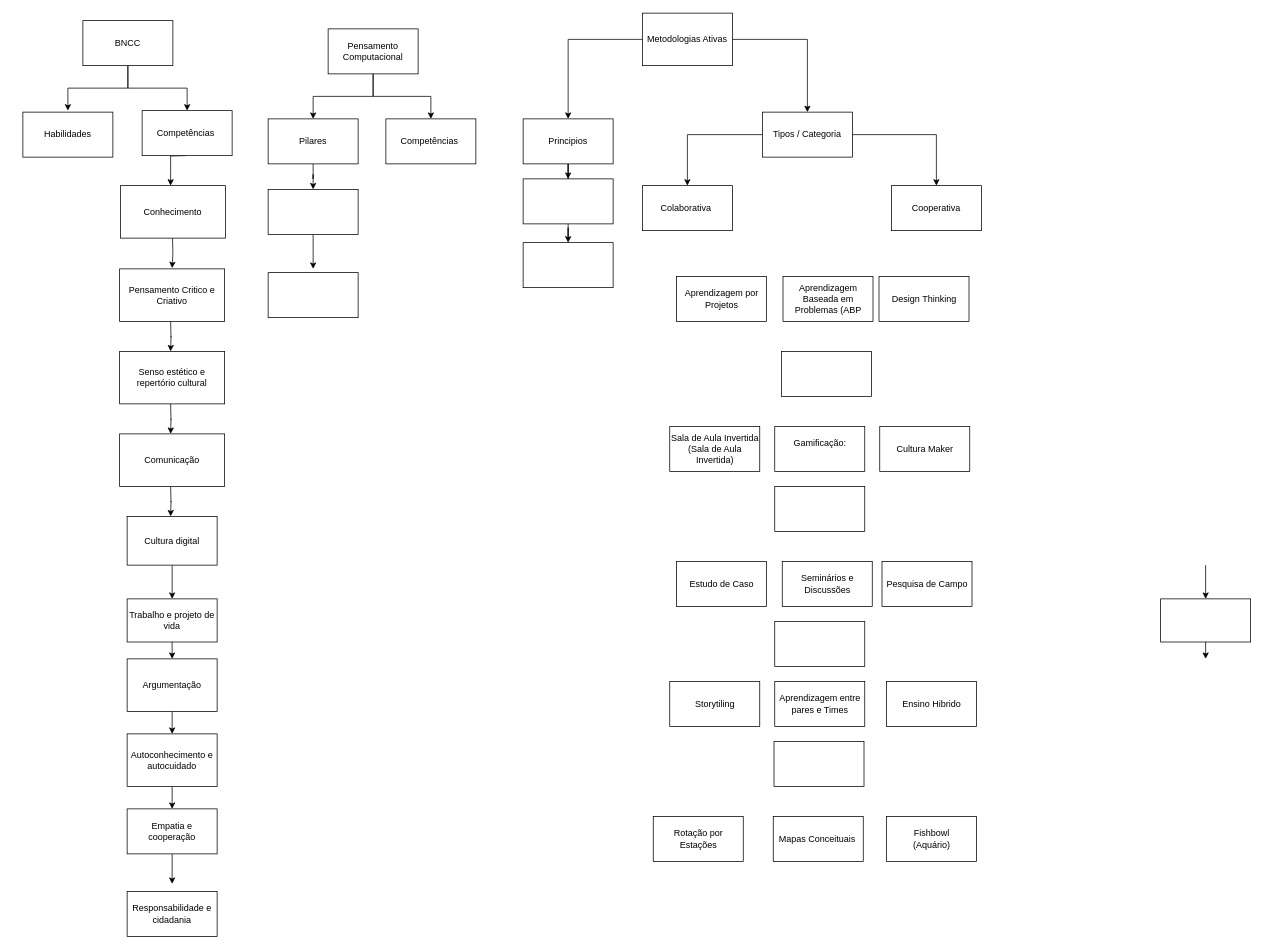
RosianeSangali/RosianeSangali keeps this draw.io diagram as page "Página-1" (1 of 2) of Diagrama sem nome.drawio. Above is the earlier version. Source tidied: cells renumbered, new cells numbered last; positions are measured from the earlier drawing's top-left corner, leaving out a move shared by most shapes. Both pictures are drawn from the tidied source at 75%, with x=0, y=0 at pixel (22, 13).
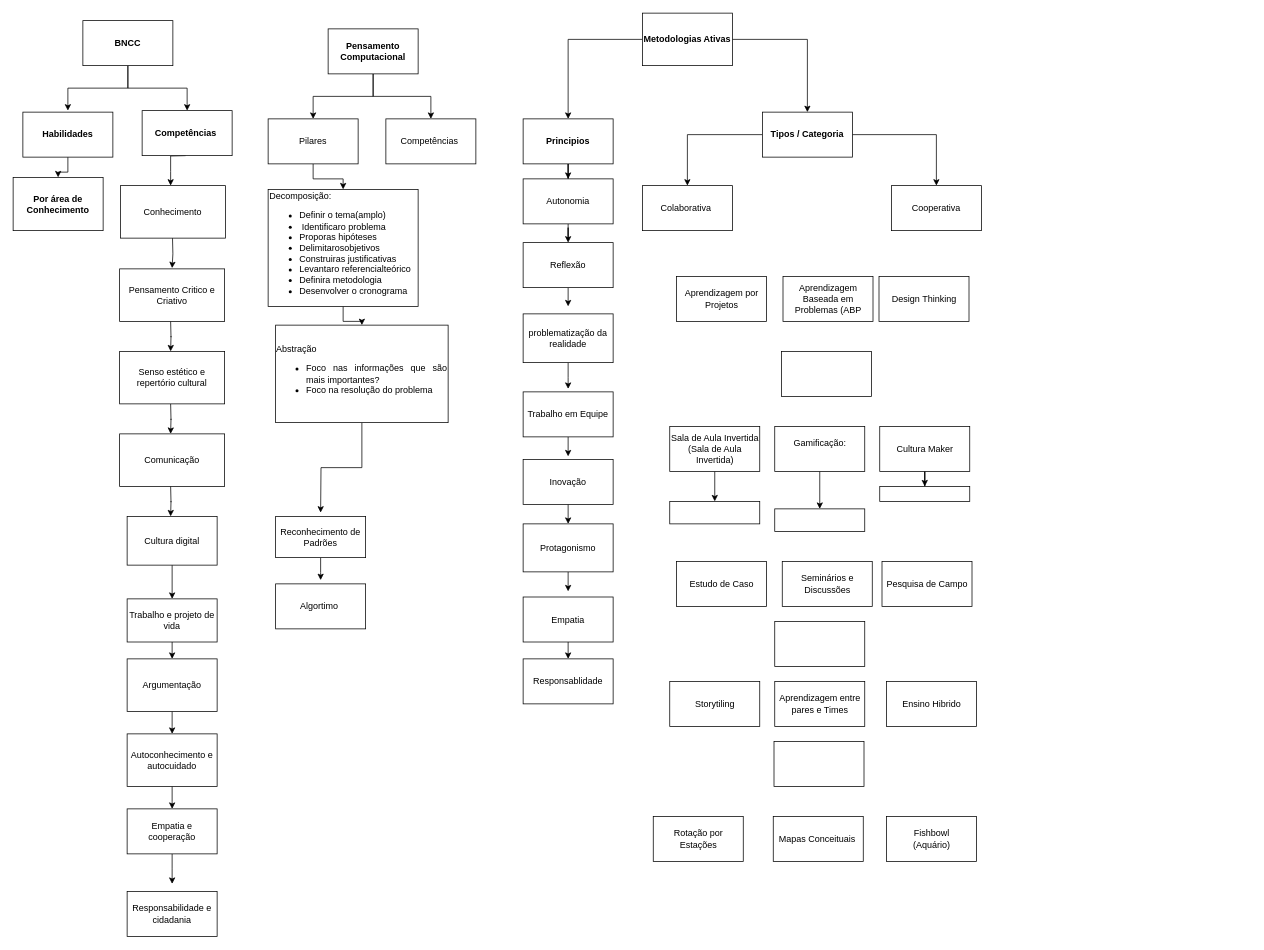
Above is the later version.

The change refers to these unchanged cells:
```xml
<mxCell id="10" value="Sala de Aula Invertida (Sala de Aula Invertida)" style="rounded=0;whiteSpace=wrap;html=1;" parent="1" vertex="1">
  <mxGeometry x="862.5" y="551" width="120" height="60" as="geometry" />
</mxCell>
<mxCell id="11" value="&#10;Gamificação:&#10;&#10;" style="rounded=0;whiteSpace=wrap;html=1;" parent="1" vertex="1">
  <mxGeometry x="1002.5" y="551" width="120" height="60" as="geometry" />
</mxCell>
<mxCell id="13" value="Cultura Maker" style="rounded=0;whiteSpace=wrap;html=1;" parent="1" vertex="1">
  <mxGeometry x="1142.5" y="551" width="120" height="60" as="geometry" />
</mxCell>
```

The edit, as a diff of the source:
```diff
@@
-    <mxCell id="4" value="Metodologias Ativas" style="rounded=0;whiteSpace=wrap;html=1;" parent="1" vertex="1">
+    <mxCell id="4" value="&lt;b&gt;Metodologias Ativas&lt;/b&gt;" style="rounded=0;whiteSpace=wrap;html=1;" parent="1" vertex="1">
       <mxGeometry x="826" width="120" height="70" as="geometry" />
     </mxCell>
@@
-    <mxCell id="7" value="Pensamento Computacional" style="rounded=0;whiteSpace=wrap;html=1;" parent="1" vertex="1">
+    <mxCell id="7" value="&lt;b&gt;Pensamento Computacional&lt;/b&gt;" style="rounded=0;whiteSpace=wrap;html=1;" parent="1" vertex="1">
       <mxGeometry x="407" y="21" width="120" height="60" as="geometry" />
     </mxCell>
@@
+    <mxCell id="71" style="edgeStyle=orthogonalEdgeStyle;rounded=0;jettySize=auto;html=1;" parent="1" edge="1" source="10" target="93">
+      <mxGeometry relative="1" as="geometry">
+        <Array as="points">
+          <mxPoint x="917" y="651" />
+          <mxPoint x="917" y="651" />
+        </Array>
+      </mxGeometry>
+    </mxCell>
@@
+    <mxCell id="72" style="edgeStyle=orthogonalEdgeStyle;rounded=0;jettySize=auto;html=1;" parent="1" edge="1" source="11" target="19">
+      <mxGeometry relative="1" as="geometry" />
+    </mxCell>
@@
+    <mxCell id="73" style="edgeStyle=orthogonalEdgeStyle;rounded=0;jettySize=auto;html=1;" parent="1" edge="1" source="13" target="94">
+      <mxGeometry relative="1" as="geometry" />
+    </mxCell>
@@
     <mxCell id="19" style="rounded=0;whiteSpace=wrap;html=1;" parent="1" vertex="1">
-      <mxGeometry x="1002.5" y="631" width="120" height="60" as="geometry" />
+      <mxGeometry x="1002.5" y="661" width="120" height="30" as="geometry" />
     </mxCell>
@@
-    <mxCell id="30" style="edgeStyle=orthogonalEdgeStyle;rounded=0;orthogonalLoop=1;jettySize=auto;html=1;" parent="1" edge="1">
-      <mxGeometry relative="1" as="geometry">
-        <mxPoint x="1577" y="736" as="sourcePoint" />
-        <mxPoint x="1577" y="781" as="targetPoint" />
-      </mxGeometry>
-    </mxCell>
-    <mxCell id="31" style="edgeStyle=orthogonalEdgeStyle;rounded=0;jettySize=auto;html=1;" parent="1" edge="1" source="32">
-      <mxGeometry relative="1" as="geometry">
-        <mxPoint x="1577" y="861" as="targetPoint" />
-      </mxGeometry>
-    </mxCell>
-    <mxCell id="32" value="&lt;p class=&quot;MsoNormal&quot;&gt;&lt;br&gt;&lt;/p&gt;" style="whiteSpace=wrap;html=1;rounded=0;" parent="1" vertex="1">
-      <mxGeometry x="1517" y="781" width="120" height="57.5" as="geometry" />
-    </mxCell>
+    <mxCell id="74" style="edgeStyle=orthogonalEdgeStyle;rounded=0;jettySize=auto;html=1;" parent="1" edge="1" source="33" target="81">
+      <mxGeometry relative="1" as="geometry" />
+    </mxCell>
-    <mxCell id="33" value="Habilidades" style="rounded=0;whiteSpace=wrap;html=1;" parent="1" vertex="1">
+    <mxCell id="33" value="&lt;b&gt;Habilidades&lt;/b&gt;" style="rounded=0;whiteSpace=wrap;html=1;" parent="1" vertex="1">
       <mxGeometry y="132" width="120" height="60" as="geometry" />
     </mxCell>
-    <mxCell id="34" style="edgeStyle=orthogonalEdgeStyle;rounded=0;jettySize=auto;html=1;" parent="1" edge="1" source="35">
-      <mxGeometry relative="1" as="geometry">
-        <mxPoint x="387" y="341" as="targetPoint" />
-      </mxGeometry>
-    </mxCell>
+    <mxCell id="75" style="edgeStyle=orthogonalEdgeStyle;rounded=0;jettySize=auto;html=1;" parent="1" edge="1" source="35" target="60">
+      <mxGeometry relative="1" as="geometry" />
+    </mxCell>
-    <mxCell id="35" style="rounded=0;whiteSpace=wrap;html=1;" parent="1" vertex="1">
-      <mxGeometry x="327" y="235" width="120" height="60" as="geometry" />
+    <mxCell id="35" value="&lt;div style=&quot;text-align: justify;&quot;&gt;&lt;span style=&quot;background-color: initial;&quot;&gt;Decomposição:&lt;/span&gt;&lt;/div&gt;&lt;div&gt;&lt;ul&gt;&lt;li style=&quot;text-align: justify;&quot;&gt;&lt;span style=&quot;background-color: initial;&quot;&gt;Definir o tema(amplo)&lt;/span&gt;&lt;/li&gt;&lt;li style=&quot;text-align: justify;&quot;&gt;&amp;nbsp;Identificaro problema&lt;/li&gt;&lt;li style=&quot;text-align: justify;&quot;&gt;Proporas hipóteses&lt;/li&gt;&lt;li style=&quot;text-align: justify;&quot;&gt;Delimitarosobjetivos&lt;/li&gt;&lt;li style=&quot;text-align: justify;&quot;&gt;Construiras justificativas&amp;nbsp;&lt;/li&gt;&lt;li style=&quot;text-align: justify;&quot;&gt;Levantaro referencialteórico&amp;nbsp;&lt;/li&gt;&lt;li style=&quot;text-align: justify;&quot;&gt;Definira metodologia&amp;nbsp;&lt;/li&gt;&lt;li style=&quot;text-align: justify;&quot;&gt;Desenvolver o cronograma&lt;/li&gt;&lt;/ul&gt;&lt;/div&gt;" style="rounded=0;whiteSpace=wrap;html=1;align=left;" parent="1" vertex="1">
+      <mxGeometry x="327" y="235" width="200" height="156" as="geometry" />
     </mxCell>
@@
-    <mxCell id="38" value="BNCC" style="rounded=0;whiteSpace=wrap;html=1;" parent="1" vertex="1">
+    <mxCell id="38" value="&lt;b&gt;BNCC&lt;/b&gt;" style="rounded=0;whiteSpace=wrap;html=1;" parent="1" vertex="1">
       <mxGeometry x="80" y="10" width="120" height="60" as="geometry" />
     </mxCell>
@@
-    <mxCell id="55" value="Competências&amp;nbsp;" style="rounded=0;whiteSpace=wrap;html=1;" parent="1" vertex="1">
+    <mxCell id="55" value="&lt;b&gt;Competências&amp;nbsp;&lt;/b&gt;" style="rounded=0;whiteSpace=wrap;html=1;" parent="1" vertex="1">
       <mxGeometry x="159" y="130" width="120" height="60" as="geometry" />
     </mxCell>
@@
+    <mxCell id="76" style="edgeStyle=orthogonalEdgeStyle;rounded=0;jettySize=auto;html=1;" parent="1" edge="1" source="60">
+      <mxGeometry relative="1" as="geometry">
+        <mxPoint x="397" y="666" as="targetPoint" />
+      </mxGeometry>
+    </mxCell>
-    <mxCell id="60" style="whiteSpace=wrap;html=1;rounded=0;" parent="1" vertex="1">
-      <mxGeometry x="327" y="346" width="120" height="60" as="geometry" />
+    <mxCell id="60" value="&lt;div style=&quot;text-align: left;&quot;&gt;&lt;span style=&quot;background-color: initial;&quot;&gt;Abstração&amp;nbsp;&lt;/span&gt;&lt;/div&gt;&lt;ul&gt;&lt;li style=&quot;text-align: justify;&quot;&gt;Foco nas informações que são mais importantes?&lt;/li&gt;&lt;li style=&quot;text-align: justify;&quot;&gt;Foco na resolução do problema&lt;/li&gt;&lt;/ul&gt;" style="whiteSpace=wrap;html=1;rounded=0;" parent="1" vertex="1">
+      <mxGeometry x="337" y="416" width="230" height="130" as="geometry" />
     </mxCell>
@@
-    <mxCell id="62" value="Principios" style="whiteSpace=wrap;html=1;rounded=0;" parent="1" vertex="1">
+    <mxCell id="62" value="&lt;b&gt;Principios&lt;/b&gt;" style="whiteSpace=wrap;html=1;rounded=0;" parent="1" vertex="1">
       <mxGeometry x="667" y="141" width="120" height="60" as="geometry" />
     </mxCell>
@@
-    <mxCell id="64" style="rounded=0;whiteSpace=wrap;html=1;" parent="1" vertex="1">
+    <mxCell id="64" value="Autonomia" style="rounded=0;whiteSpace=wrap;html=1;" parent="1" vertex="1">
       <mxGeometry x="667" y="221" width="120" height="60" as="geometry" />
     </mxCell>
+    <mxCell id="77" style="edgeStyle=orthogonalEdgeStyle;rounded=0;jettySize=auto;html=1;" parent="1" edge="1" source="65">
+      <mxGeometry relative="1" as="geometry">
+        <mxPoint x="727" y="391" as="targetPoint" />
+      </mxGeometry>
+    </mxCell>
-    <mxCell id="65" style="rounded=0;whiteSpace=wrap;html=1;" parent="1" vertex="1">
+    <mxCell id="65" value="Reflexão" style="rounded=0;whiteSpace=wrap;html=1;" parent="1" vertex="1">
       <mxGeometry x="667" y="306" width="120" height="60" as="geometry" />
     </mxCell>
@@
-    <mxCell id="68" value="Tipos / Categoria" style="whiteSpace=wrap;html=1;rounded=0;" parent="1" vertex="1">
+    <mxCell id="68" value="&lt;b&gt;Tipos / Categoria&lt;/b&gt;" style="whiteSpace=wrap;html=1;rounded=0;" parent="1" vertex="1">
       <mxGeometry x="986" y="132" width="120" height="60" as="geometry" />
     </mxCell>
@@
+    <mxCell id="78" style="edgeStyle=orthogonalEdgeStyle;rounded=0;jettySize=auto;html=1;" parent="1" edge="1" source="79">
+      <mxGeometry relative="1" as="geometry">
+        <mxPoint x="397" y="756" as="targetPoint" />
+      </mxGeometry>
+    </mxCell>
+    <mxCell id="79" value="Reconhecimento de Padrões" style="whiteSpace=wrap;html=1;rounded=0;" parent="1" vertex="1">
+      <mxGeometry x="337" y="671" width="120" height="55" as="geometry" />
+    </mxCell>
+    <mxCell id="80" value="Algortimo&amp;nbsp;" style="whiteSpace=wrap;html=1;rounded=0;" parent="1" vertex="1">
+      <mxGeometry x="337" y="761" width="120" height="60" as="geometry" />
+    </mxCell>
+    <mxCell id="81" value="&lt;b&gt;Por área de Conhecimento&lt;/b&gt;" style="whiteSpace=wrap;html=1;rounded=0;" parent="1" vertex="1">
+      <mxGeometry x="-13" y="219" width="120" height="71" as="geometry" />
+    </mxCell>
+    <mxCell id="82" style="edgeStyle=orthogonalEdgeStyle;rounded=0;jettySize=auto;html=1;" parent="1" edge="1" source="83">
+      <mxGeometry relative="1" as="geometry">
+        <mxPoint x="727" y="501" as="targetPoint" />
+      </mxGeometry>
+    </mxCell>
+    <mxCell id="83" value="problematização da realidade" style="whiteSpace=wrap;html=1;rounded=0;" parent="1" vertex="1">
+      <mxGeometry x="667" y="401" width="120" height="65" as="geometry" />
+    </mxCell>
+    <mxCell id="84" style="edgeStyle=orthogonalEdgeStyle;rounded=0;jettySize=auto;html=1;" parent="1" edge="1" source="85">
+      <mxGeometry relative="1" as="geometry">
+        <mxPoint x="727" y="591" as="targetPoint" />
+      </mxGeometry>
+    </mxCell>
+    <mxCell id="85" value="Trabalho em Equipe" style="whiteSpace=wrap;html=1;rounded=0;" parent="1" vertex="1">
+      <mxGeometry x="667" y="505" width="120" height="60" as="geometry" />
+    </mxCell>
+    <mxCell id="86" style="edgeStyle=orthogonalEdgeStyle;rounded=0;jettySize=auto;html=1;" parent="1" edge="1" source="87">
+      <mxGeometry relative="1" as="geometry">
+        <mxPoint x="727" y="681" as="targetPoint" />
+      </mxGeometry>
+    </mxCell>
+    <mxCell id="87" value="Inovação" style="whiteSpace=wrap;html=1;rounded=0;" parent="1" vertex="1">
+      <mxGeometry x="667" y="595" width="120" height="60" as="geometry" />
+    </mxCell>
+    <mxCell id="88" style="edgeStyle=orthogonalEdgeStyle;rounded=0;jettySize=auto;html=1;" parent="1" edge="1" source="89">
+      <mxGeometry relative="1" as="geometry">
+        <mxPoint x="727" y="771" as="targetPoint" />
+      </mxGeometry>
+    </mxCell>
+    <mxCell id="89" value="Protagonismo" style="whiteSpace=wrap;html=1;rounded=0;" parent="1" vertex="1">
+      <mxGeometry x="667" y="681" width="120" height="64" as="geometry" />
+    </mxCell>
+    <mxCell id="90" style="edgeStyle=orthogonalEdgeStyle;rounded=0;jettySize=auto;html=1;" parent="1" edge="1" source="91">
+      <mxGeometry relative="1" as="geometry">
+        <mxPoint x="727" y="861" as="targetPoint" />
+      </mxGeometry>
+    </mxCell>
+    <mxCell id="91" value="Empatia" style="whiteSpace=wrap;html=1;rounded=0;" parent="1" vertex="1">
+      <mxGeometry x="667" y="778.5" width="120" height="60" as="geometry" />
+    </mxCell>
+    <mxCell id="92" value="Responsablidade" style="whiteSpace=wrap;html=1;rounded=0;" parent="1" vertex="1">
+      <mxGeometry x="667" y="861" width="120" height="60" as="geometry" />
+    </mxCell>
+    <mxCell id="93" style="whiteSpace=wrap;html=1;rounded=0;" parent="1" vertex="1">
+      <mxGeometry x="862.5" y="651" width="120" height="30" as="geometry" />
+    </mxCell>
+    <mxCell id="94" style="whiteSpace=wrap;html=1;rounded=0;" parent="1" vertex="1">
+      <mxGeometry x="1142.5" y="631" width="120" height="20" as="geometry" />
+    </mxCell>
```
